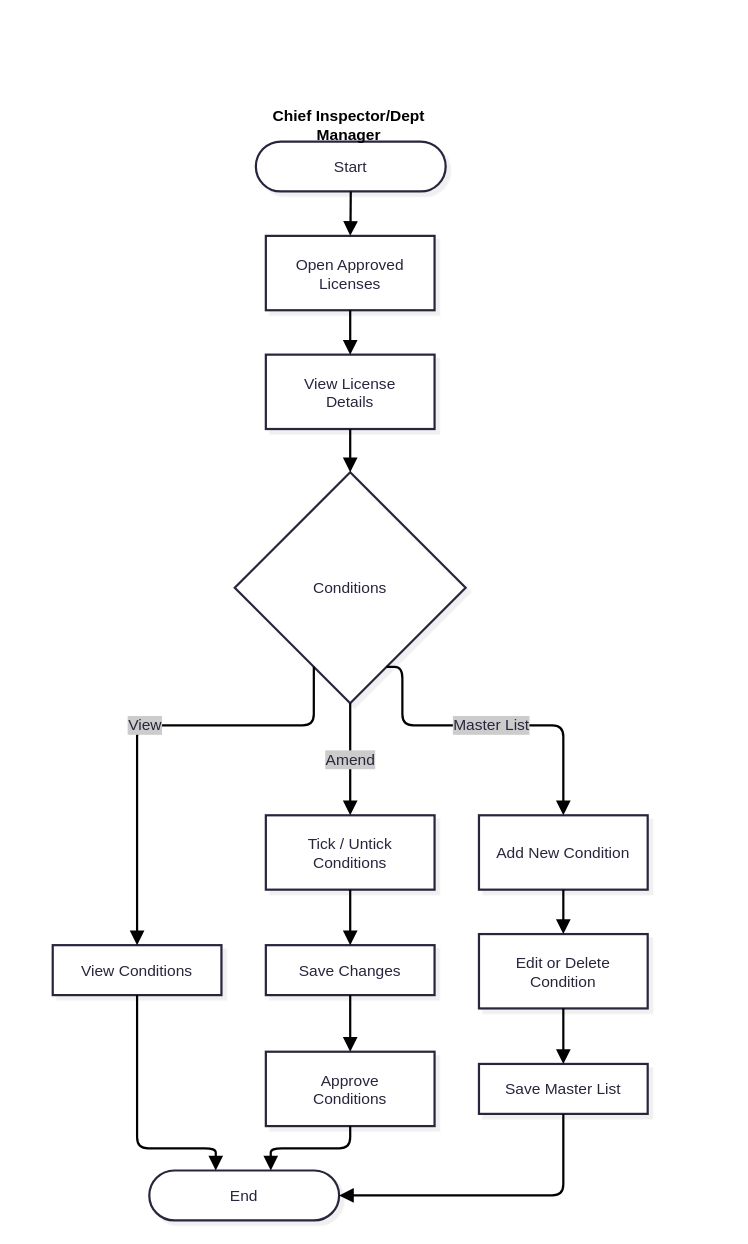
This is page "Page-4" (4 of 4) of TLS(Change Request).drawio from siphemhlongo21-ctrl/Trade-License-System-TLS-, a draw.io file, before an edit. Source tidied: cells renumbered, new cells numbered last; positions are measured from the earlier drawing's top-left corner, leaving out a move shared by most shapes. Both pictures are drawn from the tidied source at 111%, with x=0, y=0 at pixel (19, 108).
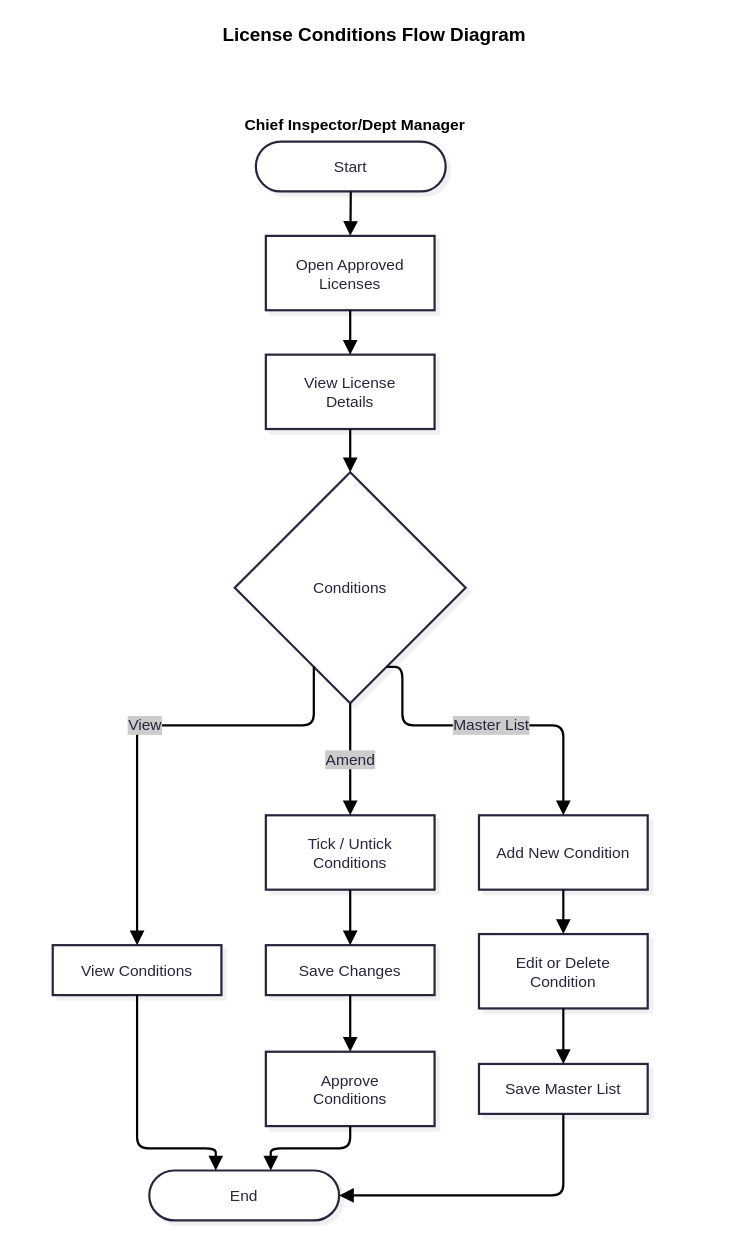
Above is the later version.

Unchanged cells that the change refers to:
```xml
<mxCell id="2" style="group;transparentBounds=1;editIcon=1;lockedGroup=0;groupPadding=30 10 10 10;" parent="1" vertex="1">
  <mxGeometry as="geometry" />
</mxCell>
```

Diff of the diagram source:
```diff
@@
     <mxCell id="28" value="Chief Inspector/Dept Manager" style="text;html=1;whiteSpace=wrap;strokeColor=none;fillColor=none;align=center;verticalAlign=middle;rounded=0;fontStyle=1;fontSize=14;" parent="2" vertex="1">
-      <mxGeometry x="202.5" width="187.5" height="30" as="geometry" />
+      <mxGeometry x="194" width="216.5" height="30" as="geometry" />
     </mxCell>
+    <mxCell id="29" value="License Conditions Flow Diagram" style="text;html=1;whiteSpace=wrap;strokeColor=none;fillColor=none;align=center;verticalAlign=middle;rounded=0;fontStyle=1;fontSize=17;" parent="1" vertex="1">
+      <mxGeometry y="-80" width="640" height="30" as="geometry" />
+    </mxCell>
```
